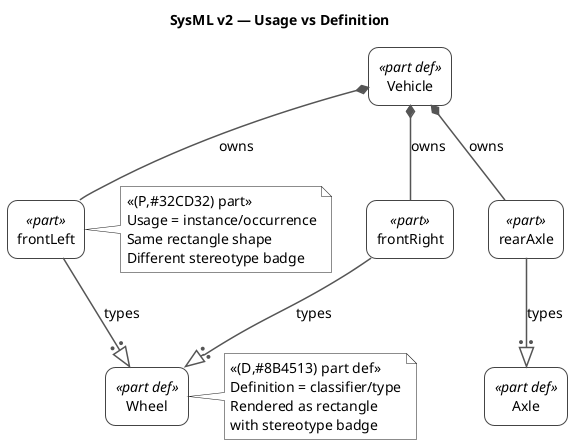
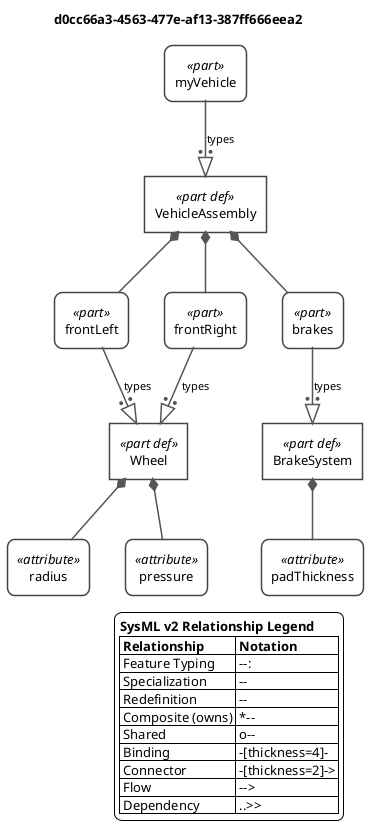
+ '' Usage vs Definition
+ '' Shows the visual distinction between definitions (sharp corners, <<part def>>) and usages (rounded, <<part>>).
@startuml
- ' ============================================================
- ' Example 1: Usage vs Definition — Stereotype Differentiation
- ' Shows how PartUsage and PartDefinition are distinguished
- ' via stereotypes, not shapes.
- ' ============================================================

<style>
root {
    BackGroundColor white
    FontName Helvetica
-     FontSize 14
+     FontSize 13
}
rectangle {
-     RoundCorner 20
    LineColor #444444
-     LineThickness 1
+     LineThickness 1.5
    BackgroundColor white
+     Padding 10
}
arrow {
    LineColor #555555
    LineThickness 1.5
+     FontSize 11
}
</style>

- skinparam wrapWidth 300
+ skinparam wrapWidth 400
+ 
+ skinparam rectangle<<part def>> {
+     RoundCorner 0
+ }
+ skinparam rectangle<<item def>> {
+     RoundCorner 0
+ }
+ skinparam rectangle<<attribute def>> {
+     RoundCorner 0
+ }
+ skinparam rectangle<<port def>> {
+     RoundCorner 0
+ }
+ skinparam rectangle<<action def>> {
+     RoundCorner 0
+ }
+ skinparam rectangle<<state def>> {
+     RoundCorner 0
+ }
+ skinparam rectangle<<requirement def>> {
+     RoundCorner 0
+ }
+ skinparam rectangle<<part>> {
+     RoundCorner 15
+ }
+ skinparam rectangle<<item>> {
+     RoundCorner 15
+ }
+ skinparam rectangle<<attribute>> {
+     RoundCorner 15
+ }
+ skinparam rectangle<<port>> {
+     RoundCorner 15
+ }
+ skinparam rectangle<<action>> {
+     RoundCorner 15
+ }
+ skinparam rectangle<<state>> {
+     RoundCorner 15
+ }
+ skinparam rectangle<<requirement>> {
+     RoundCorner 15
+ }
+ skinparam folder<<view def>> {
+     BackgroundColor #F5E6FF
+     BorderColor #8E44AD
+ }
+ skinparam folder<<view>> {
+     BackgroundColor #F5E6FF
+     BorderColor #8E44AD
+ }
+ 
+ top to bottom direction
+ 
+ title d0cc66a3-4563-477e-af13-387ff666eea2
+ 
hide circle

- title SysML v2 — Usage vs Definition
+ rectangle "Wheel" as E1 <<(P,#32CD32) part def>>
+ rectangle "radius" as E2 <<(A,#32CD32) attribute>>
+ rectangle "pressure" as E3 <<(A,#32CD32) attribute>>
+ rectangle "BrakeSystem" as E4 <<(P,#32CD32) part def>>
+ rectangle "padThickness" as E5 <<(A,#32CD32) attribute>>
+ rectangle "VehicleAssembly" as E6 <<(P,#32CD32) part def>>
+ rectangle "frontLeft" as E7 <<(P,#32CD32) part>>
+ rectangle "frontRight" as E8 <<(P,#32CD32) part>>
+ rectangle "brakes" as E9 <<(P,#32CD32) part>>
+ rectangle "myVehicle" as E10 <<(P,#32CD32) part>>

- ' --- Definitions ---
- rectangle "Wheel" as WheelDef <<(D,#8B4513) part def>>
- rectangle "Axle" as AxleDef <<(D,#8B4513) part def>>
- rectangle "Vehicle" as VehicleDef <<(D,#8B4513) part def>>
+ E1 *-- E2
+ E1 *-- E3
+ E4 *-- E5
+ E6 *-- E7
+ E7 --:|> E1 : types
+ E6 *-- E8
+ E8 --:|> E1 : types
+ E6 *-- E9
+ E9 --:|> E4 : types
+ E10 --:|> E6 : types

- ' --- Usages ---
- rectangle "frontLeft" as FL <<(P,#32CD32) part>>
- rectangle "frontRight" as FR <<(P,#32CD32) part>>
- rectangle "rearAxle" as RA <<(P,#32CD32) part>>
+ legend right
+   <b>SysML v2 Relationship Legend</b>
+   |= Relationship |= Notation |
+   | Feature Typing | --:|> |
+   | Specialization | --|> |
+   | Redefinition | --||> |
+   | Composite (owns) | *-- |
+   | Shared | o-- |
+   | Binding | -[thickness=4]- |
+   | Connector | -[thickness=2]-> |
+   | Flow | --> |
+   | Dependency | ..>> |
+ endlegend

- ' --- Typing relationships ---
- FL --:|> WheelDef : types
- FR --:|> WheelDef : types
- RA --:|> AxleDef : types
- 
- ' --- Containment (composite aggregation) ---
- VehicleDef *-- FL : owns
- VehicleDef *-- FR : owns
- VehicleDef *-- RA : owns
- 
- note right of WheelDef
-   <<(D,#8B4513) part def>>
-   Definition = classifier/type
-   Rendered as rectangle
-   with stereotype badge
- end note
- 
- note right of FL
-   <<(P,#32CD32) part>>
-   Usage = instance/occurrence
-   Same rectangle shape
-   Different stereotype badge
- end note
- 
- @enduml
+ @enduml